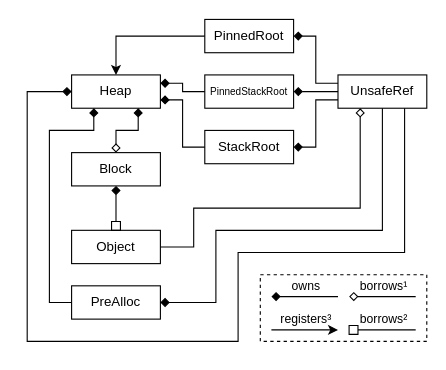
Earlier version of the draw.io diagram icicle-core/src/heap/diagram.drawio (zopsicle/snowflake). Source tidied: cells renumbered, new cells numbered last; positions are measured from the earlier drawing's top-left corner, leaving out a move shared by most shapes. Both pictures are drawn from the tidied source at 111%, with x=0, y=0 at pixel (27, 19).
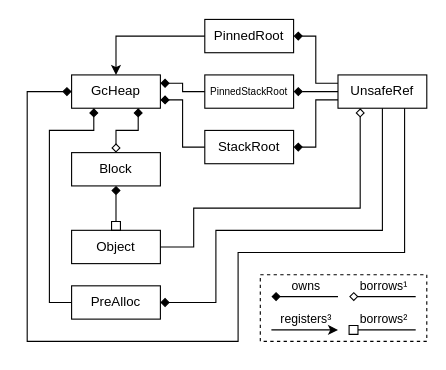
The same page after the edit.

Commit message (it also covers changes not shown here):
icicle: Rename Heap to GcHeap

What changed in the source:
```diff
@@
-    <mxCell id="2" value="Heap&lt;br&gt;" style="rounded=0;whiteSpace=wrap;html=1;align=center;verticalAlign=middle;fillColor=none;" parent="1" vertex="1">
+    <mxCell id="2" value="GcHeap" style="rounded=0;whiteSpace=wrap;html=1;align=center;verticalAlign=middle;fillColor=none;" parent="1" vertex="1">
       <mxGeometry x="40" y="50" width="80" height="30" as="geometry" />
     </mxCell>
```
